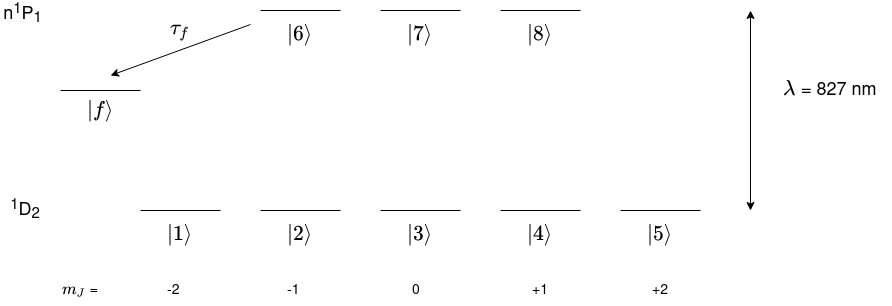
Before: docs/source/tutorials/LevelDiagrams/HeRydbergDtoP.png, a diagram exported from draw.io (mvpmanish/LASED). Source tidied: cells renumbered, new cells last; positions are measured from the earlier drawing's top-left corner, leaving out a move shared by most shapes. Source of this version:
```xml
<mxGraphModel math="1">
  <root>
    <mxCell id="0" />
    <mxCell id="1" parent="0" />
    <mxCell id="2" style="endArrow=none;html=1;" parent="1" edge="1">
      <mxGeometry relative="1" as="geometry">
        <mxPoint x="380" y="206" as="sourcePoint" />
        <mxPoint x="460" y="206" as="targetPoint" />
      </mxGeometry>
    </mxCell>
    <mxCell id="3" style="endArrow=none;html=1;" parent="1" edge="1">
      <mxGeometry relative="1" as="geometry">
        <mxPoint x="500" y="206" as="sourcePoint" />
        <mxPoint x="580" y="206" as="targetPoint" />
      </mxGeometry>
    </mxCell>
    <mxCell id="4" style="endArrow=none;html=1;" parent="1" edge="1">
      <mxGeometry relative="1" as="geometry">
        <mxPoint x="260" y="206" as="sourcePoint" />
        <mxPoint x="340" y="206" as="targetPoint" />
      </mxGeometry>
    </mxCell>
    <mxCell id="5" style="endArrow=none;html=1;" parent="1" edge="1">
      <mxGeometry relative="1" as="geometry">
        <mxPoint x="140" y="206" as="sourcePoint" />
        <mxPoint x="220" y="206" as="targetPoint" />
      </mxGeometry>
    </mxCell>
    <mxCell id="6" style="endArrow=none;html=1;" parent="1" edge="1">
      <mxGeometry relative="1" as="geometry">
        <mxPoint x="620" y="206" as="sourcePoint" />
        <mxPoint x="700" y="206" as="targetPoint" />
      </mxGeometry>
    </mxCell>
    <mxCell id="7" value="&lt;font style=&quot;font-size: 18px&quot;&gt;$$|1\rangle$$&lt;/font&gt;" style="text;html=1;strokeColor=none;fillColor=none;align=center;verticalAlign=middle;whiteSpace=wrap;rounded=0;" parent="1" vertex="1">
      <mxGeometry x="160" y="220" width="40" height="20" as="geometry" />
    </mxCell>
    <mxCell id="8" value="&lt;font style=&quot;font-size: 18px&quot;&gt;$$|2\rangle$$&lt;/font&gt;" style="text;html=1;strokeColor=none;fillColor=none;align=center;verticalAlign=middle;whiteSpace=wrap;rounded=0;" parent="1" vertex="1">
      <mxGeometry x="280" y="220" width="40" height="20" as="geometry" />
    </mxCell>
    <mxCell id="9" value="&lt;font style=&quot;font-size: 18px&quot;&gt;$$|3\rangle$$&lt;/font&gt;" style="text;html=1;strokeColor=none;fillColor=none;align=center;verticalAlign=middle;whiteSpace=wrap;rounded=0;" parent="1" vertex="1">
      <mxGeometry x="400" y="220" width="40" height="20" as="geometry" />
    </mxCell>
    <mxCell id="10" value="&lt;font style=&quot;font-size: 18px&quot;&gt;$$|4\rangle$$&lt;/font&gt;" style="text;html=1;strokeColor=none;fillColor=none;align=center;verticalAlign=middle;whiteSpace=wrap;rounded=0;" parent="1" vertex="1">
      <mxGeometry x="520" y="220" width="40" height="20" as="geometry" />
    </mxCell>
    <mxCell id="11" value="&lt;font style=&quot;font-size: 18px&quot;&gt;$$|5\rangle$$&lt;/font&gt;" style="text;html=1;strokeColor=none;fillColor=none;align=center;verticalAlign=middle;whiteSpace=wrap;rounded=0;" parent="1" vertex="1">
      <mxGeometry x="640" y="220" width="40" height="20" as="geometry" />
    </mxCell>
    <mxCell id="12" style="endArrow=none;html=1;" parent="1" edge="1">
      <mxGeometry relative="1" as="geometry">
        <mxPoint x="380" y="6" as="sourcePoint" />
        <mxPoint x="460" y="6" as="targetPoint" />
      </mxGeometry>
    </mxCell>
    <mxCell id="13" style="endArrow=none;html=1;" parent="1" edge="1">
      <mxGeometry relative="1" as="geometry">
        <mxPoint x="500" y="6" as="sourcePoint" />
        <mxPoint x="580" y="6" as="targetPoint" />
      </mxGeometry>
    </mxCell>
    <mxCell id="14" style="endArrow=none;html=1;" parent="1" edge="1">
      <mxGeometry relative="1" as="geometry">
        <mxPoint x="260" y="6" as="sourcePoint" />
        <mxPoint x="340" y="6" as="targetPoint" />
      </mxGeometry>
    </mxCell>
    <mxCell id="15" value="&lt;font style=&quot;font-size: 18px&quot;&gt;$$|6\rangle$$&lt;/font&gt;" style="text;html=1;strokeColor=none;fillColor=none;align=center;verticalAlign=middle;whiteSpace=wrap;rounded=0;" parent="1" vertex="1">
      <mxGeometry x="280" y="20" width="40" height="20" as="geometry" />
    </mxCell>
    <mxCell id="16" value="&lt;font style=&quot;font-size: 18px&quot;&gt;$$|7\rangle$$&lt;/font&gt;" style="text;html=1;strokeColor=none;fillColor=none;align=center;verticalAlign=middle;whiteSpace=wrap;rounded=0;" parent="1" vertex="1">
      <mxGeometry x="400" y="20" width="40" height="20" as="geometry" />
    </mxCell>
    <mxCell id="17" value="&lt;font style=&quot;font-size: 18px&quot;&gt;$$|8\rangle$$&lt;/font&gt;" style="text;html=1;strokeColor=none;fillColor=none;align=center;verticalAlign=middle;whiteSpace=wrap;rounded=0;" parent="1" vertex="1">
      <mxGeometry x="520" y="20" width="40" height="20" as="geometry" />
    </mxCell>
    <mxCell id="18" style="endArrow=classic;startArrow=classic;html=1;" parent="1" edge="1">
      <mxGeometry relative="1" as="geometry">
        <mxPoint x="750" y="206" as="sourcePoint" />
        <mxPoint x="750" y="6" as="targetPoint" />
      </mxGeometry>
    </mxCell>
    <mxCell id="19" style="endArrow=none;html=1;" parent="1" edge="1">
      <mxGeometry relative="1" as="geometry">
        <mxPoint x="60" y="86" as="sourcePoint" />
        <mxPoint x="140" y="86" as="targetPoint" />
      </mxGeometry>
    </mxCell>
    <mxCell id="20" value="&lt;font style=&quot;font-size: 18px&quot;&gt;$$|f\rangle$$&lt;/font&gt;" style="text;html=1;strokeColor=none;fillColor=none;align=center;verticalAlign=middle;whiteSpace=wrap;rounded=0;" parent="1" vertex="1">
      <mxGeometry x="80" y="96" width="40" height="20" as="geometry" />
    </mxCell>
    <mxCell id="21" style="endArrow=classic;html=1;" parent="1" edge="1">
      <mxGeometry relative="1" as="geometry">
        <mxPoint x="250" y="20" as="sourcePoint" />
        <mxPoint x="110" y="71" as="targetPoint" />
      </mxGeometry>
    </mxCell>
    <mxCell id="22" value=" &lt;font style=&quot;font-size: 18px&quot; face=&quot;Helvetica&quot;&gt;\(\lambda\) = 827 nm&lt;br&gt;&lt;/font&gt;" style="text;html=1;strokeColor=none;fillColor=none;align=center;verticalAlign=middle;whiteSpace=wrap;rounded=0;" parent="1" vertex="1">
      <mxGeometry x="770" y="76" width="120" height="20" as="geometry" />
    </mxCell>
    <mxCell id="23" value="&lt;font style=&quot;font-size: 18px&quot;&gt;$$\tau_f$$&lt;/font&gt;" style="text;html=1;strokeColor=none;fillColor=none;align=center;verticalAlign=middle;whiteSpace=wrap;rounded=0;" parent="1" vertex="1">
      <mxGeometry x="160" y="16" width="40" height="20" as="geometry" />
    </mxCell>
    <mxCell id="24" value="&lt;font style=&quot;font-size: 14px&quot;&gt;\( m_J\) = &lt;/font&gt;" style="text;html=1;strokeColor=none;fillColor=none;align=center;verticalAlign=middle;whiteSpace=wrap;rounded=0;" parent="1" vertex="1">
      <mxGeometry x="60" y="276" width="40" height="20" as="geometry" />
    </mxCell>
    <mxCell id="25" value="&lt;font style=&quot;font-size: 14px&quot;&gt;-2&lt;/font&gt;" style="text;whiteSpace=wrap;html=1;" parent="1" vertex="1">
      <mxGeometry x="165" y="271" width="30" height="30" as="geometry" />
    </mxCell>
    <mxCell id="26" value="&lt;font style=&quot;font-size: 14px&quot;&gt;-1&lt;/font&gt;" style="text;whiteSpace=wrap;html=1;" parent="1" vertex="1">
      <mxGeometry x="285" y="271" width="30" height="30" as="geometry" />
    </mxCell>
    <mxCell id="27" value="&lt;font style=&quot;font-size: 14px&quot;&gt;0&lt;/font&gt;" style="text;whiteSpace=wrap;html=1;" parent="1" vertex="1">
      <mxGeometry x="410" y="271" width="30" height="30" as="geometry" />
    </mxCell>
    <mxCell id="28" value="&lt;font style=&quot;font-size: 14px&quot;&gt;+1&lt;/font&gt;" style="text;whiteSpace=wrap;html=1;" parent="1" vertex="1">
      <mxGeometry x="530" y="271" width="30" height="30" as="geometry" />
    </mxCell>
    <mxCell id="29" value="&lt;font style=&quot;font-size: 14px&quot;&gt;+2&lt;/font&gt;" style="text;whiteSpace=wrap;html=1;" parent="1" vertex="1">
      <mxGeometry x="650" y="271" width="40" height="30" as="geometry" />
    </mxCell>
    <mxCell id="30" value="&lt;font style=&quot;font-size: 18px&quot;&gt;n&lt;sup&gt;1&lt;/sup&gt;P&lt;sub&gt;1&lt;/sub&gt;&amp;nbsp; &lt;/font&gt;" style="text;html=1;strokeColor=none;fillColor=none;align=center;verticalAlign=middle;whiteSpace=wrap;rounded=0;" parent="1" vertex="1">
      <mxGeometry width="50" height="20" as="geometry" />
    </mxCell>
    <mxCell id="31" value="&lt;font style=&quot;font-size: 18px&quot;&gt;&lt;sup&gt;1&lt;/sup&gt;D&lt;sub&gt;2&lt;/sub&gt; &lt;/font&gt;" style="text;html=1;strokeColor=none;fillColor=none;align=center;verticalAlign=middle;whiteSpace=wrap;rounded=0;" parent="1" vertex="1">
      <mxGeometry x="5" y="196" width="40" height="20" as="geometry" />
    </mxCell>
  </root>
</mxGraphModel>
```
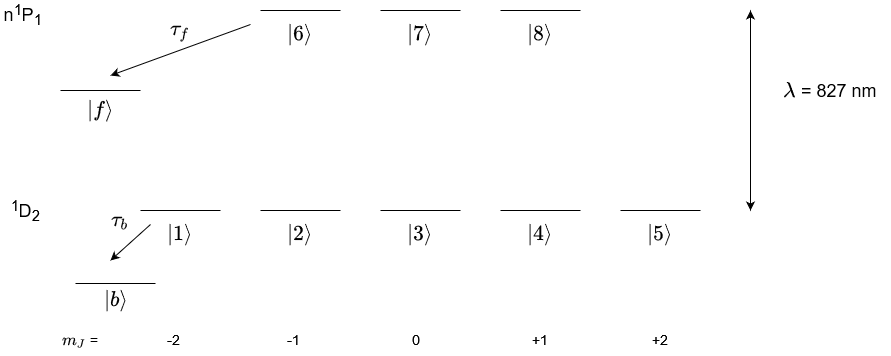
The same diagram one commit later.

The edit, as a diff of the source:
```diff
@@ -102,22 +102,22 @@
       <mxGeometry x="160" y="16" width="40" height="20" as="geometry" />
     </mxCell>
     <mxCell id="24" value="&lt;font style=&quot;font-size: 14px&quot;&gt;\( m_J\) = &lt;/font&gt;" style="text;html=1;strokeColor=none;fillColor=none;align=center;verticalAlign=middle;whiteSpace=wrap;rounded=0;" parent="1" vertex="1">
-      <mxGeometry x="60" y="276" width="40" height="20" as="geometry" />
+      <mxGeometry x="60" y="326" width="40" height="20" as="geometry" />
     </mxCell>
     <mxCell id="25" value="&lt;font style=&quot;font-size: 14px&quot;&gt;-2&lt;/font&gt;" style="text;whiteSpace=wrap;html=1;" parent="1" vertex="1">
-      <mxGeometry x="165" y="271" width="30" height="30" as="geometry" />
+      <mxGeometry x="165" y="321" width="30" height="30" as="geometry" />
     </mxCell>
     <mxCell id="26" value="&lt;font style=&quot;font-size: 14px&quot;&gt;-1&lt;/font&gt;" style="text;whiteSpace=wrap;html=1;" parent="1" vertex="1">
-      <mxGeometry x="285" y="271" width="30" height="30" as="geometry" />
+      <mxGeometry x="285" y="321" width="30" height="30" as="geometry" />
     </mxCell>
     <mxCell id="27" value="&lt;font style=&quot;font-size: 14px&quot;&gt;0&lt;/font&gt;" style="text;whiteSpace=wrap;html=1;" parent="1" vertex="1">
-      <mxGeometry x="410" y="271" width="30" height="30" as="geometry" />
+      <mxGeometry x="410" y="321" width="30" height="30" as="geometry" />
     </mxCell>
     <mxCell id="28" value="&lt;font style=&quot;font-size: 14px&quot;&gt;+1&lt;/font&gt;" style="text;whiteSpace=wrap;html=1;" parent="1" vertex="1">
-      <mxGeometry x="530" y="271" width="30" height="30" as="geometry" />
+      <mxGeometry x="530" y="321" width="30" height="30" as="geometry" />
     </mxCell>
     <mxCell id="29" value="&lt;font style=&quot;font-size: 14px&quot;&gt;+2&lt;/font&gt;" style="text;whiteSpace=wrap;html=1;" parent="1" vertex="1">
-      <mxGeometry x="650" y="271" width="40" height="30" as="geometry" />
+      <mxGeometry x="650" y="321" width="40" height="30" as="geometry" />
     </mxCell>
     <mxCell id="30" value="&lt;font style=&quot;font-size: 18px&quot;&gt;n&lt;sup&gt;1&lt;/sup&gt;P&lt;sub&gt;1&lt;/sub&gt;&amp;nbsp; &lt;/font&gt;" style="text;html=1;strokeColor=none;fillColor=none;align=center;verticalAlign=middle;whiteSpace=wrap;rounded=0;" parent="1" vertex="1">
       <mxGeometry width="50" height="20" as="geometry" />
@@ -125,5 +125,23 @@
     <mxCell id="31" value="&lt;font style=&quot;font-size: 18px&quot;&gt;&lt;sup&gt;1&lt;/sup&gt;D&lt;sub&gt;2&lt;/sub&gt; &lt;/font&gt;" style="text;html=1;strokeColor=none;fillColor=none;align=center;verticalAlign=middle;whiteSpace=wrap;rounded=0;" parent="1" vertex="1">
       <mxGeometry x="5" y="196" width="40" height="20" as="geometry" />
     </mxCell>
+    <mxCell id="32" style="endArrow=none;html=1;" parent="1" edge="1">
+      <mxGeometry relative="1" as="geometry">
+        <mxPoint x="75" y="279" as="sourcePoint" />
+        <mxPoint x="155" y="279" as="targetPoint" />
+      </mxGeometry>
+    </mxCell>
+    <mxCell id="33" value="&lt;font style=&quot;font-size: 18px&quot;&gt;$$|b\rangle$$&lt;/font&gt;" style="text;html=1;strokeColor=none;fillColor=none;align=center;verticalAlign=middle;whiteSpace=wrap;rounded=0;" parent="1" vertex="1">
+      <mxGeometry x="96" y="286" width="40" height="20" as="geometry" />
+    </mxCell>
+    <mxCell id="34" style="endArrow=classic;html=1;" parent="1" edge="1">
+      <mxGeometry relative="1" as="geometry">
+        <mxPoint x="150" y="220" as="sourcePoint" />
+        <mxPoint x="110" y="256" as="targetPoint" />
+      </mxGeometry>
+    </mxCell>
+    <mxCell id="35" value="&lt;font style=&quot;font-size: 18px&quot;&gt;$$\tau_b$$&lt;/font&gt;" style="text;html=1;strokeColor=none;fillColor=none;align=center;verticalAlign=middle;whiteSpace=wrap;rounded=0;" parent="1" vertex="1">
+      <mxGeometry x="100" y="206" width="40" height="20" as="geometry" />
+    </mxCell>
   </root>
 </mxGraphModel>
```
